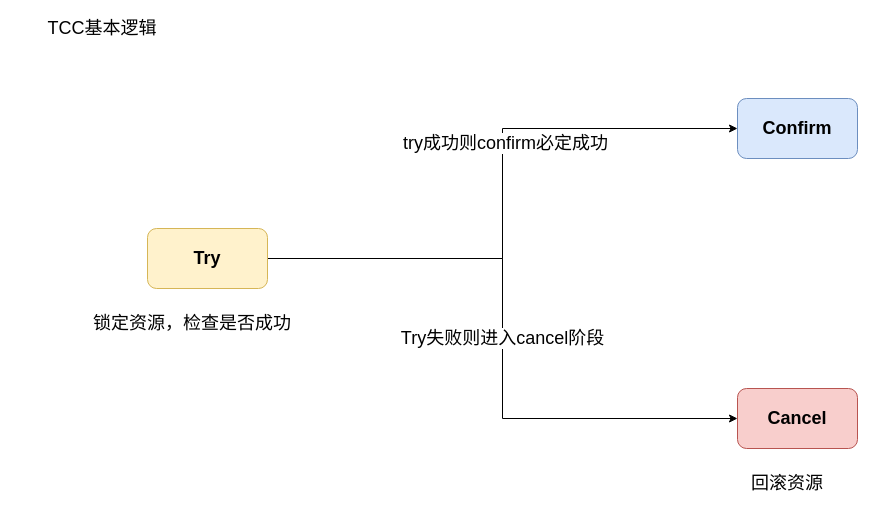
Earlier version of the draw.io diagram TCC logic.drawio (cjaack2/Images_Repository). Source tidied: cells renumbered, new cells numbered last; positions are measured from the earlier drawing's top-left corner, leaving out a move shared by most shapes. Both pictures are drawn from the tidied source at 100%, with x=0, y=0 at pixel (17, 18).
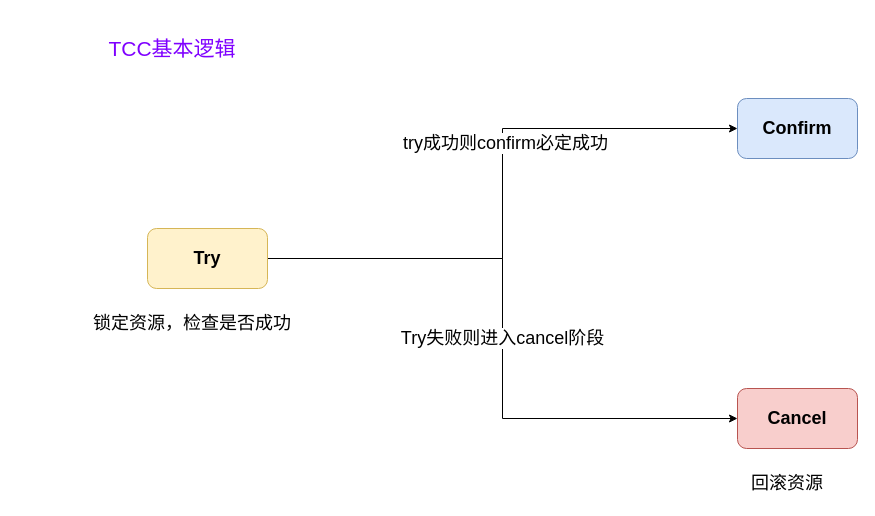
Above is the later version.

What changed in the source:
```diff
@@
 <mxGraphModel>
   <root>
     <mxCell id="0" />
     <mxCell id="1" parent="0" />
     <mxCell id="2" style="edgeStyle=orthogonalEdgeStyle;rounded=0;jettySize=auto;html=1;entryX=0;entryY=0.5;entryDx=0;entryDy=0;fontSize=18;" parent="1" edge="1" source="5" target="7">
       <mxGeometry relative="1" as="geometry" />
     </mxCell>
     <mxCell id="3" value="try成功则confirm必定成功" style="edgeLabel;html=1;align=center;verticalAlign=middle;fontSize=18;" parent="2" vertex="1">
       <mxGeometry x="0.17" y="-2" relative="1" as="geometry" />
     </mxCell>
     <mxCell id="4" value="Try失败则进入cancel阶段" style="edgeStyle=orthogonalEdgeStyle;rounded=0;jettySize=auto;html=1;entryX=0;entryY=0.5;entryDx=0;entryDy=0;fontSize=18;" parent="1" edge="1" source="5" target="6">
       <mxGeometry relative="1" as="geometry" />
     </mxCell>
     <mxCell id="5" value="Try" style="rounded=1;whiteSpace=wrap;html=1;fontSize=18;fontStyle=1;fillColor=#fff2cc;strokeColor=#d6b656;" parent="1" vertex="1">
       <mxGeometry x="130" y="210" width="120" height="60" as="geometry" />
     </mxCell>
     <mxCell id="6" value="Cancel" style="rounded=1;whiteSpace=wrap;html=1;fontSize=18;fontStyle=1;fillColor=#f8cecc;strokeColor=#b85450;" parent="1" vertex="1">
       <mxGeometry x="720" y="370" width="120" height="60" as="geometry" />
     </mxCell>
     <mxCell id="7" value="Confirm" style="rounded=1;whiteSpace=wrap;html=1;fontSize=18;fontStyle=1;fillColor=#dae8fc;strokeColor=#6c8ebf;" parent="1" vertex="1">
       <mxGeometry x="720" y="80" width="120" height="60" as="geometry" />
     </mxCell>
     <mxCell id="8" value="&lt;span style=&quot;background-color: rgb(255 , 255 , 255)&quot;&gt;锁定资源，检查是否成功&lt;/span&gt;" style="text;html=1;strokeColor=none;fillColor=none;align=center;verticalAlign=middle;whiteSpace=wrap;rounded=0;fontSize=18;" parent="1" vertex="1">
       <mxGeometry x="10" y="290" width="330" height="30" as="geometry" />
     </mxCell>
-    <mxCell id="9" value="TCC基本逻辑" style="text;html=1;strokeColor=none;fillColor=none;align=center;verticalAlign=middle;whiteSpace=wrap;rounded=0;fontSize=18;" parent="1" vertex="1">
-      <mxGeometry width="170" height="20" as="geometry" />
+    <mxCell id="9" value="TCC基本逻辑" style="text;html=1;strokeColor=none;fillColor=none;align=center;verticalAlign=middle;whiteSpace=wrap;rounded=0;fontSize=21;fontColor=#7F00FF;" parent="1" vertex="1">
+      <mxGeometry x="70" y="20" width="170" height="20" as="geometry" />
     </mxCell>
     <mxCell id="10" value="回滚资源" style="text;html=1;strokeColor=none;fillColor=none;align=center;verticalAlign=middle;whiteSpace=wrap;rounded=0;fontSize=18;" parent="1" vertex="1">
       <mxGeometry x="700" y="450" width="140" height="30" as="geometry" />
     </mxCell>
   </root>
 </mxGraphModel>
```
